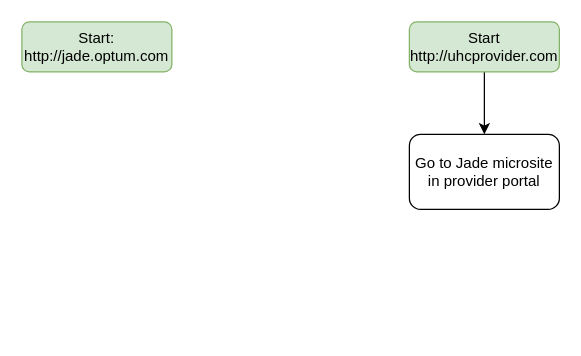
ernestoaparicio/jadex keeps this draw.io diagram as flows/Untitled Diagram.drawio. Above is the earlier version. Source tidied: cells renumbered, new cells numbered last; positions are measured from the earlier drawing's top-left corner, leaving out a move shared by most shapes. Both pictures are drawn from the tidied source at 125%, with x=0, y=0 at pixel (21, 21).
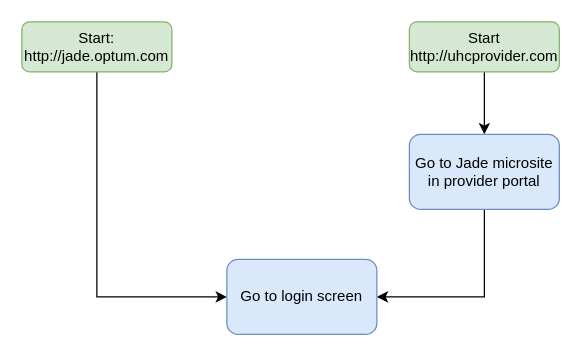
The same page after the edit.

The edit, as a diff of the source:
```diff
@@
 <mxGraphModel>
   <root>
     <mxCell id="0" />
     <mxCell id="1" parent="0" />
+    <mxCell id="6" style="edgeStyle=orthogonalEdgeStyle;rounded=0;jettySize=auto;html=1;exitX=0.5;exitY=1;exitDx=0;exitDy=0;entryX=0;entryY=0.5;entryDx=0;entryDy=0;" parent="1" edge="1" source="2" target="8">
+      <mxGeometry relative="1" as="geometry" />
+    </mxCell>
     <mxCell id="2" value="Start: http://jade.optum.com" style="rounded=1;whiteSpace=wrap;html=1;fontSize=12;glass=0;strokeWidth=1;shadow=0;fillColor=#d5e8d4;strokeColor=#82b366;" parent="1" vertex="1">
       <mxGeometry width="120" height="40" as="geometry" />
     </mxCell>
     <mxCell id="3" style="edgeStyle=orthogonalEdgeStyle;rounded=0;jettySize=auto;html=1;exitX=0.5;exitY=1;exitDx=0;exitDy=0;" parent="1" edge="1" source="4" target="5">
       <mxGeometry relative="1" as="geometry" />
     </mxCell>
     <mxCell id="4" value="Start&lt;br&gt;http://uhcprovider.com" style="rounded=1;whiteSpace=wrap;html=1;fontSize=12;glass=0;strokeWidth=1;shadow=0;fillColor=#d5e8d4;strokeColor=#82b366;" parent="1" vertex="1">
       <mxGeometry x="310" width="120" height="40" as="geometry" />
     </mxCell>
+    <mxCell id="7" style="edgeStyle=orthogonalEdgeStyle;rounded=0;jettySize=auto;html=1;exitX=0.5;exitY=1;exitDx=0;exitDy=0;entryX=1;entryY=0.5;entryDx=0;entryDy=0;" parent="1" edge="1" source="5" target="8">
+      <mxGeometry relative="1" as="geometry" />
+    </mxCell>
-    <mxCell id="5" value="Go to Jade microsite in provider portal" style="rounded=1;whiteSpace=wrap;html=1;" parent="1" vertex="1">
+    <mxCell id="5" value="Go to Jade microsite in provider portal" style="rounded=1;whiteSpace=wrap;html=1;fillColor=#dae8fc;strokeColor=#6c8ebf;" parent="1" vertex="1">
       <mxGeometry x="310" y="90" width="120" height="60" as="geometry" />
     </mxCell>
+    <mxCell id="8" value="Go to login screen" style="rounded=1;whiteSpace=wrap;html=1;fillColor=#dae8fc;strokeColor=#6c8ebf;" parent="1" vertex="1">
+      <mxGeometry x="164" y="190" width="120" height="60" as="geometry" />
+    </mxCell>
   </root>
 </mxGraphModel>
```
